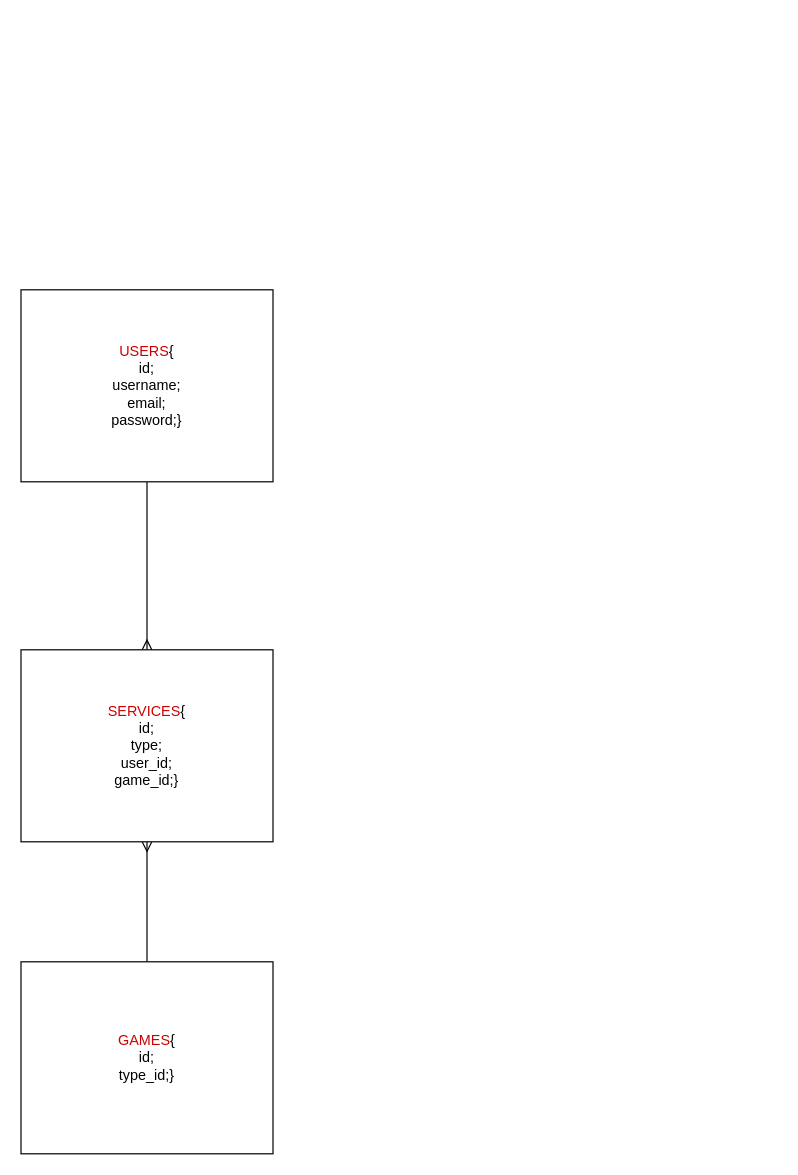
This is database.drawio from Vorshim92/Steam-Server, a draw.io file, before an edit. Source tidied: cells renumbered, new cells numbered last; positions are measured from the earlier drawing's top-left corner, leaving out a move shared by most shapes. Both pictures are drawn from the tidied source at 120%, with x=0, y=0 at pixel (20, 289).
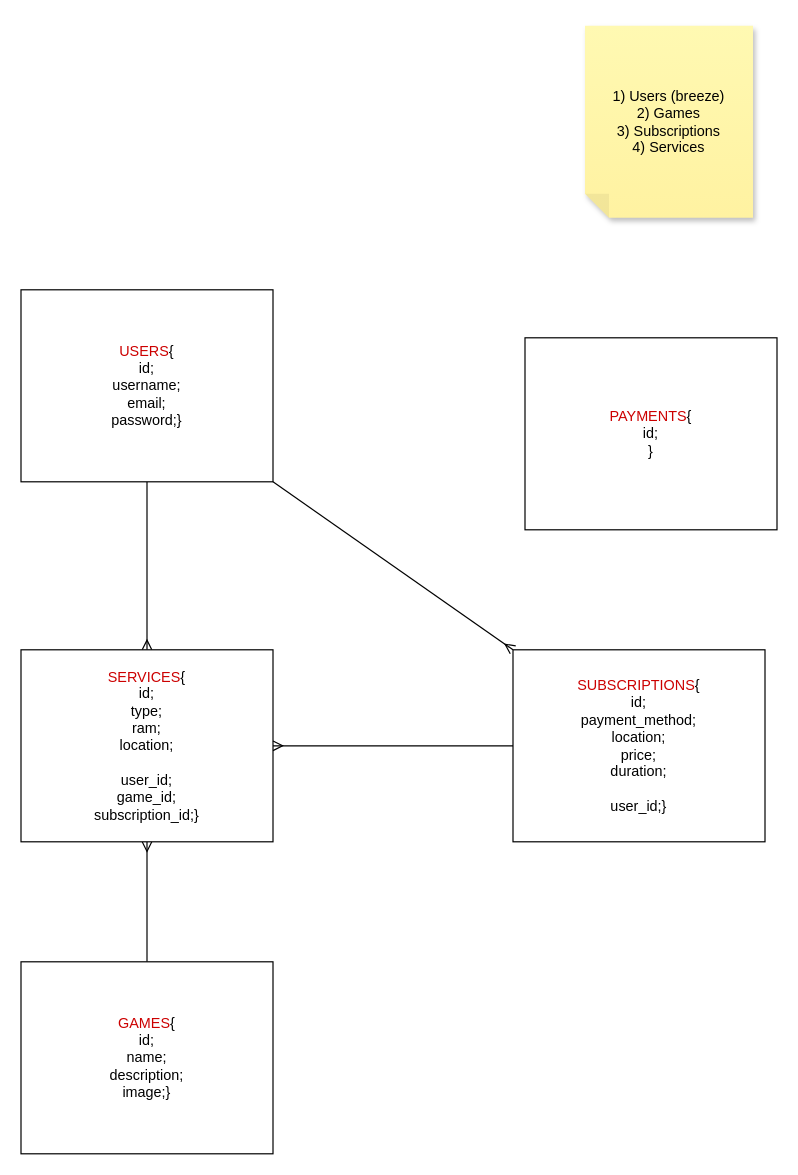
After the change.

The edit, as a diff of the source:
```diff
@@
 <mxGraphModel>
   <root>
     <mxCell id="0" />
     <mxCell id="1" parent="0" />
     <mxCell id="2" style="edgeStyle=none;html=1;exitX=0.5;exitY=1;exitDx=0;exitDy=0;entryX=0.5;entryY=0;entryDx=0;entryDy=0;fontColor=#CC0000;endArrow=ERmany;endFill=0;" parent="1" edge="1" source="3" target="5">
       <mxGeometry relative="1" as="geometry" />
     </mxCell>
     <mxCell id="3" value="&lt;font color=&quot;#cc0000&quot;&gt;USERS&lt;/font&gt;{&lt;br&gt;id;&lt;br&gt;username;&lt;br&gt;email;&lt;br&gt;password;}" style="whiteSpace=wrap;html=1;" parent="1" vertex="1">
       <mxGeometry width="210" height="160" as="geometry" />
     </mxCell>
     <mxCell id="4" style="edgeStyle=none;html=1;exitX=0.5;exitY=1;exitDx=0;exitDy=0;entryX=0.5;entryY=0;entryDx=0;entryDy=0;fontColor=#CC0000;startArrow=ERmany;startFill=0;endArrow=none;endFill=0;" parent="1" edge="1" source="5" target="6">
       <mxGeometry relative="1" as="geometry" />
     </mxCell>
-    <mxCell id="5" value="&lt;font color=&quot;#cc0000&quot;&gt;SERVICES&lt;/font&gt;{&lt;br&gt;id;&lt;br&gt;type;&lt;br&gt;user_id;&lt;br&gt;game_id;}" style="whiteSpace=wrap;html=1;" parent="1" vertex="1">
+    <mxCell id="5" value="&lt;font color=&quot;#cc0000&quot;&gt;SERVICES&lt;/font&gt;{&lt;br&gt;id;&lt;br&gt;type;&lt;br&gt;ram;&lt;br&gt;location;&lt;br&gt;&lt;br&gt;user_id;&lt;br&gt;game_id;&lt;br&gt;subscription_id;}" style="whiteSpace=wrap;html=1;" parent="1" vertex="1">
       <mxGeometry y="300" width="210" height="160" as="geometry" />
     </mxCell>
-    <mxCell id="6" value="&lt;font color=&quot;#cc0000&quot;&gt;GAMES&lt;/font&gt;{&lt;br&gt;id;&lt;br&gt;type_id;}" style="whiteSpace=wrap;html=1;" parent="1" vertex="1">
+    <mxCell id="6" value="&lt;font color=&quot;#cc0000&quot;&gt;GAMES&lt;/font&gt;{&lt;br&gt;id;&lt;br&gt;name;&lt;br&gt;description;&lt;br&gt;image;}" style="whiteSpace=wrap;html=1;" parent="1" vertex="1">
       <mxGeometry y="560" width="210" height="160" as="geometry" />
     </mxCell>
+    <mxCell id="7" style="edgeStyle=none;html=1;startArrow=none;startFill=0;endArrow=ERmany;endFill=0;" parent="1" edge="1" source="9" target="5">
+      <mxGeometry relative="1" as="geometry" />
+    </mxCell>
+    <mxCell id="8" style="edgeStyle=none;html=1;exitX=0;exitY=0;exitDx=0;exitDy=0;startArrow=ERmany;startFill=0;endArrow=none;endFill=0;entryX=1;entryY=1;entryDx=0;entryDy=0;" parent="1" edge="1" source="9" target="3">
+      <mxGeometry relative="1" as="geometry" />
+    </mxCell>
+    <mxCell id="9" value="&lt;font color=&quot;#cc0000&quot;&gt;SUBSCRIPTIONS&lt;/font&gt;{&lt;br&gt;id;&lt;br&gt;payment_method;&lt;br&gt;location;&lt;br&gt;price;&lt;br&gt;duration;&lt;br&gt;&lt;br&gt;user_id;}" style="whiteSpace=wrap;html=1;" parent="1" vertex="1">
+      <mxGeometry x="410" y="300" width="210" height="160" as="geometry" />
+    </mxCell>
+    <mxCell id="10" value="1) Users (breeze)&lt;br&gt;2) Games&lt;br&gt;3) Subscriptions&lt;br&gt;4) Services" style="shape=note;whiteSpace=wrap;html=1;backgroundOutline=1;fontColor=#000000;darkOpacity=0.05;fillColor=#FFF9B2;strokeColor=none;fillStyle=solid;direction=west;gradientDirection=north;gradientColor=#FFF2A1;shadow=1;size=20;" parent="1" vertex="1">
+      <mxGeometry x="470" y="-220" width="140" height="160" as="geometry" />
+    </mxCell>
+    <mxCell id="11" value="&lt;font color=&quot;#cc0000&quot;&gt;PAYMENTS&lt;/font&gt;{&lt;br&gt;id;&lt;br&gt;}" style="whiteSpace=wrap;html=1;" parent="1" vertex="1">
+      <mxGeometry x="420" y="40" width="210" height="160" as="geometry" />
+    </mxCell>
   </root>
 </mxGraphModel>
```
